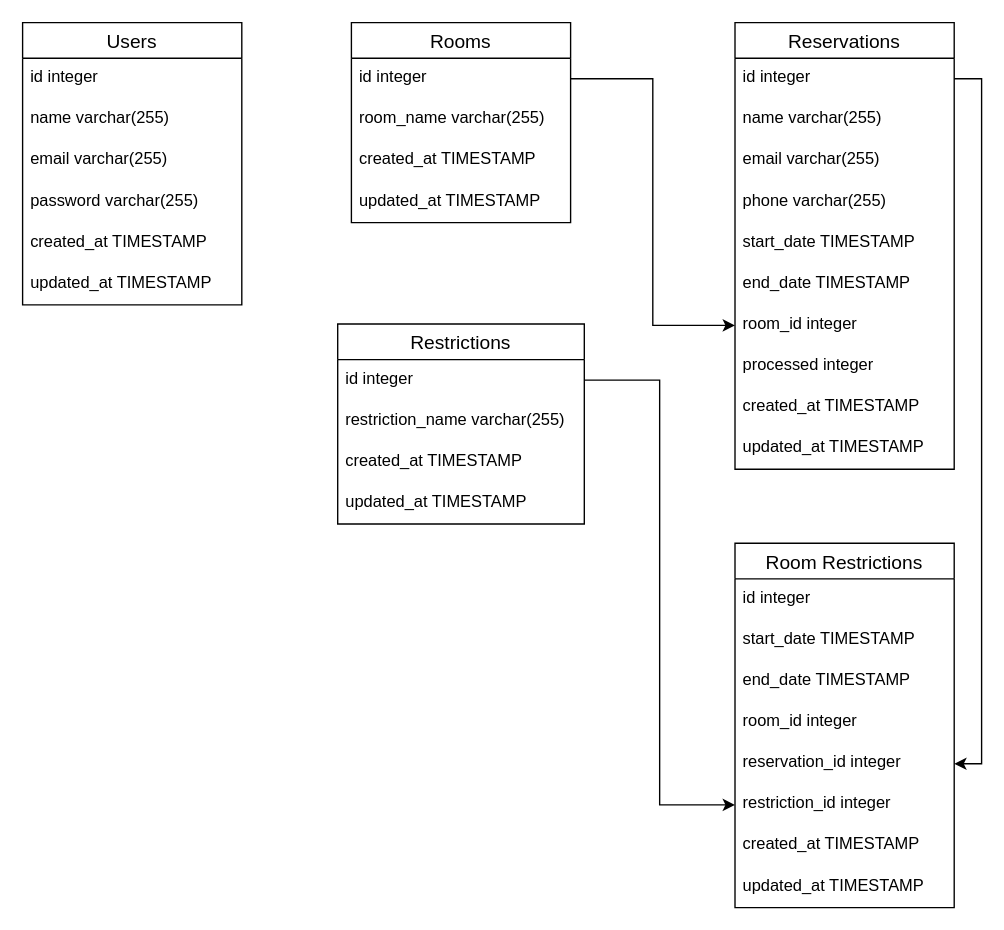
The draw.io diagram schema reservasi.drawio in gemm123/reservasi-web, before the edit. Source tidied: cells renumbered, new cells numbered last; positions are measured from the earlier drawing's top-left corner, leaving out a move shared by most shapes. Both pictures are drawn from the tidied source at 137%, with x=0, y=0 at pixel (22, 22).
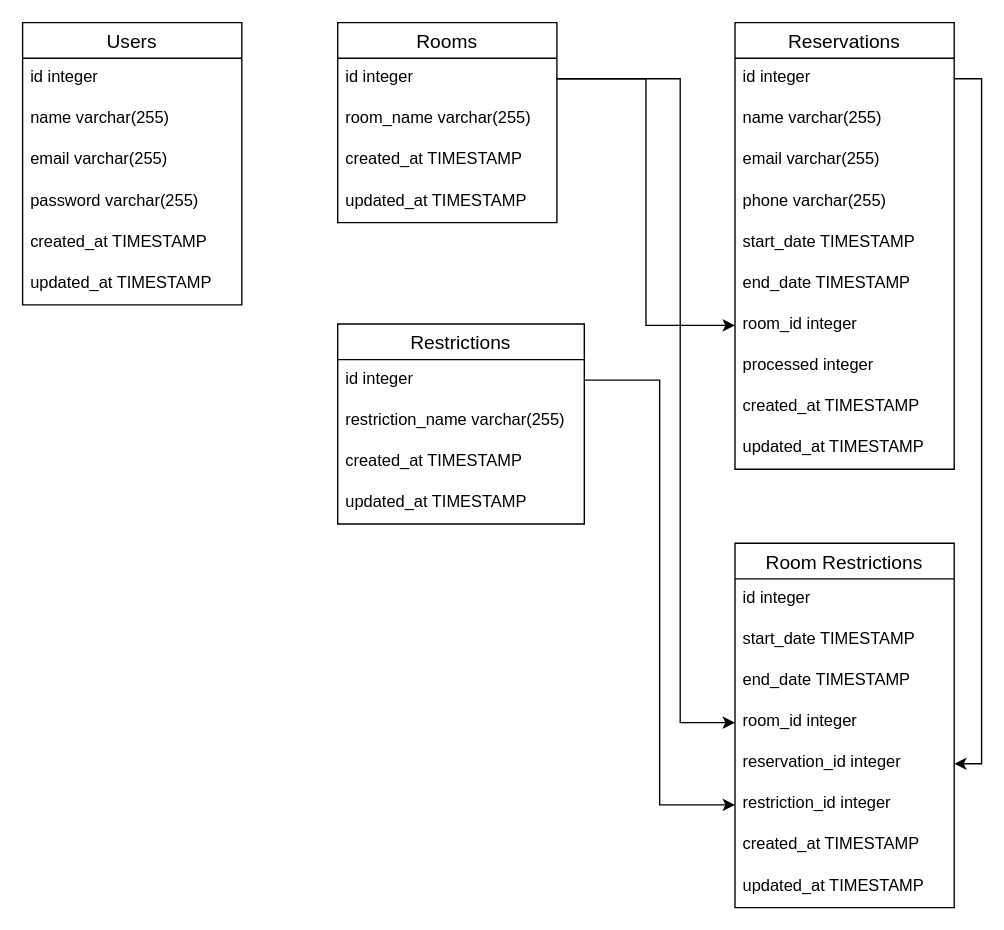
The same page after the edit.

Unchanged cells that the change refers to:
```xml
<mxCell id="10" value="id integer" style="text;strokeColor=none;fillColor=none;spacingLeft=4;spacingRight=4;overflow=hidden;points=[[0,0.5],[1,0.5]];portConstraint=eastwest;fontSize=12;" parent="9" vertex="1">
  <mxGeometry y="26" width="160" height="30" as="geometry" />
</mxCell>
<mxCell id="35" value="room_id integer" style="text;strokeColor=none;fillColor=none;spacingLeft=4;spacingRight=4;overflow=hidden;points=[[0,0.5],[1,0.5]];portConstraint=eastwest;fontSize=12;" parent="31" vertex="1">
  <mxGeometry y="116" width="160" height="30" as="geometry" />
</mxCell>
```

The edit, as a diff of the source:
```diff
@@
     <mxCell id="9" value="Rooms" style="swimlane;fontStyle=0;horizontal=1;startSize=26;align=center;fontSize=14;" parent="1" vertex="1">
-      <mxGeometry x="240" width="160" height="146" as="geometry" />
+      <mxGeometry x="230" width="160" height="146" as="geometry" />
     </mxCell>
@@
+    <mxCell id="42" style="edgeStyle=orthogonalEdgeStyle;rounded=0;jettySize=auto;html=1;exitX=1;exitY=0.5;exitDx=0;exitDy=0;entryX=0;entryY=0.5;entryDx=0;entryDy=0;" parent="1" edge="1" source="10" target="35">
+      <mxGeometry relative="1" as="geometry">
+        <Array as="points">
+          <mxPoint x="480" y="41" />
+          <mxPoint x="480" y="511" />
+        </Array>
+      </mxGeometry>
+    </mxCell>
```
